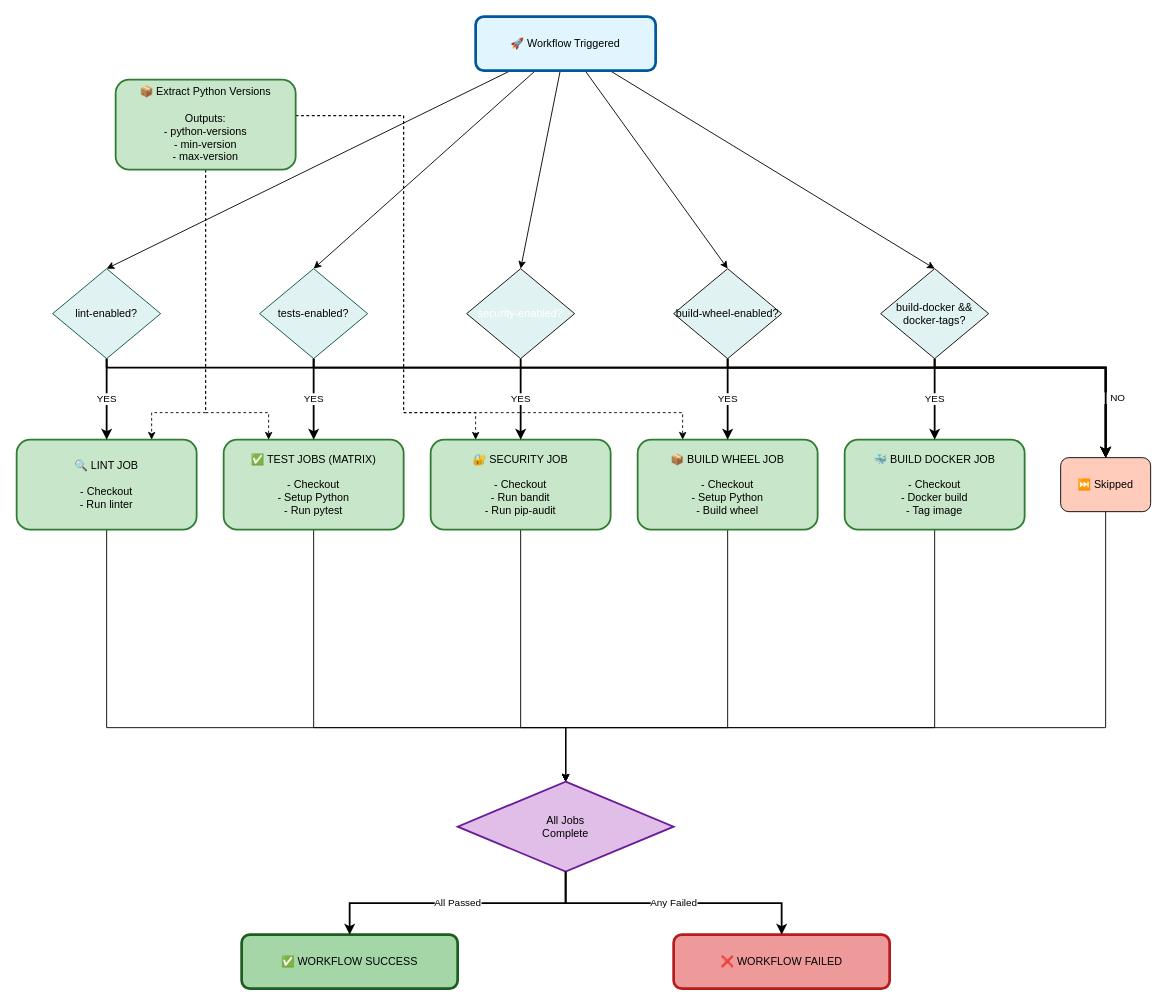
The draw.io diagram .github/workflows/CI-PYTHON-WORKFLOW.drawio in m4nh/shared-cicd, before the edit. Source tidied: cells renumbered, new cells numbered last; positions are measured from the earlier drawing's top-left corner, leaving out a move shared by most shapes. Both pictures are drawn from the tidied source at 90%, with x=0, y=0 at pixel (16, 16).
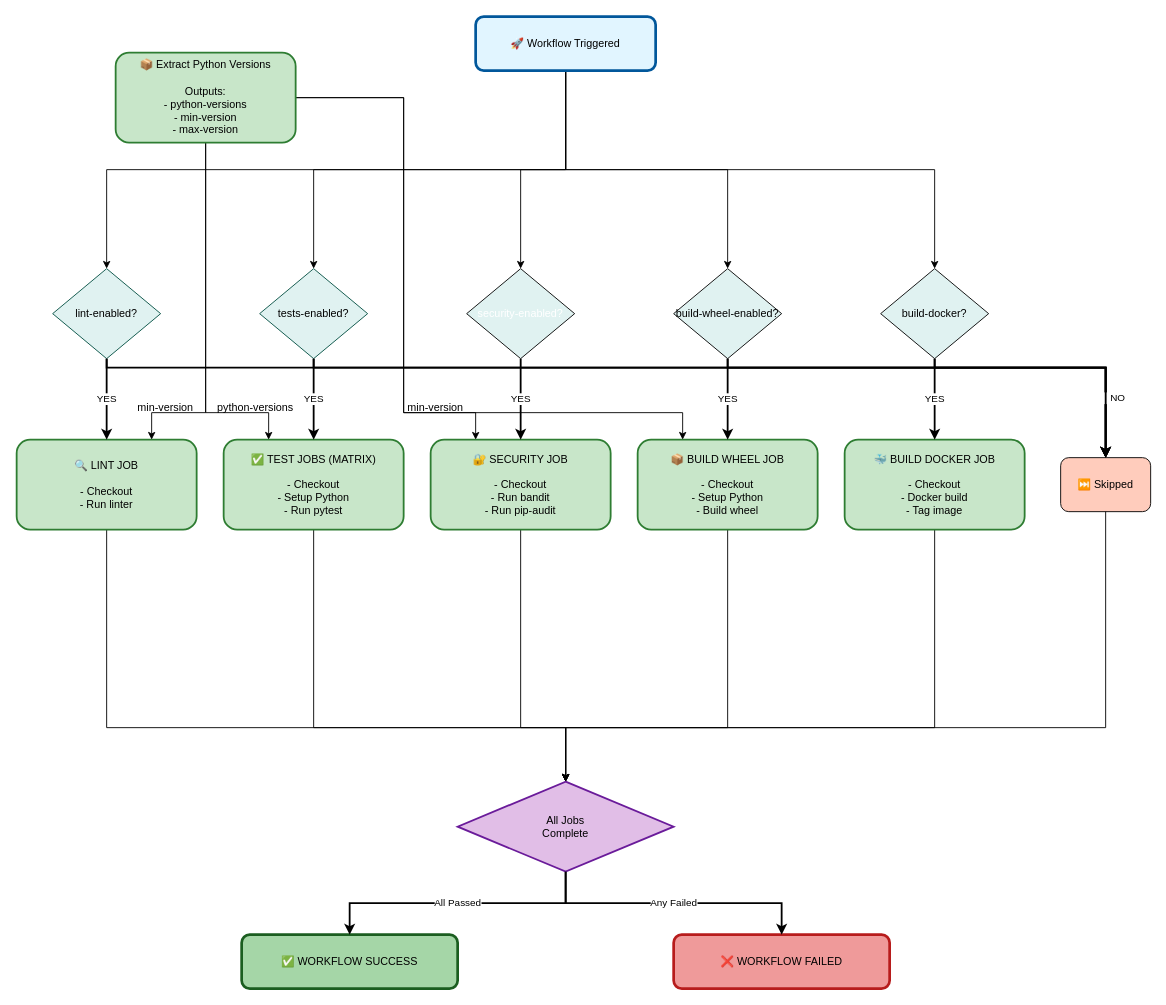
The same diagram, later.

Unchanged cells that the change refers to:
```xml
<mxCell id="7" value="🚀 Workflow Triggered" style="rounded=1;whiteSpace=wrap;html=1;fillColor=#e1f5ff;strokeColor=#01579b;strokeWidth=3;" parent="1" vertex="1">
  <mxGeometry x="510" width="200" height="60" as="geometry" />
</mxCell>
<mxCell id="8" value="lint-enabled?" style="rhombus;whiteSpace=wrap;html=1;fillColor=#e0f2f1;strokeColor=#004d40;" parent="1" vertex="1">
  <mxGeometry x="40" y="280" width="120" height="100" as="geometry" />
</mxCell>
<mxCell id="9" value="tests-enabled?" style="rhombus;whiteSpace=wrap;html=1;fillColor=#e0f2f1;strokeColor=#004d40;" parent="1" vertex="1">
  <mxGeometry x="270" y="280" width="120" height="100" as="geometry" />
</mxCell>
<mxCell id="10" value="build-wheel-enabled?" style="rhombus;whiteSpace=wrap;html=1;fillColor=#e0f2f1;strokeColor:#004d40;" parent="1" vertex="1">
  <mxGeometry x="730" y="280" width="120" height="100" as="geometry" />
</mxCell>
<mxCell id="13" value="🔍 LINT JOB&lt;br&gt;&lt;br&gt;- Checkout&lt;br&gt;- Run linter" style="rounded=1;whiteSpace=wrap;html=1;fillColor=#c8e6c9;strokeColor=#2e7d32;strokeWidth=2;" parent="1" vertex="1">
  <mxGeometry y="470" width="200" height="100" as="geometry" />
</mxCell>
<mxCell id="17" value="✅ TEST JOBS (MATRIX)&lt;br&gt;&lt;br&gt;- Checkout&lt;br&gt;- Setup Python&lt;br&gt;- Run pytest" style="rounded=1;whiteSpace=wrap;html=1;fillColor=#c8e6c9;strokeColor=#2e7d32;strokeWidth=2;" parent="1" vertex="1">
  <mxGeometry x="230" y="470" width="200" height="100" as="geometry" />
</mxCell>
<mxCell id="21" value="🔐 SECURITY JOB&lt;br&gt;&lt;br&gt;- Checkout&lt;br&gt;- Run bandit&lt;br&gt;- Run pip-audit" style="rounded=1;whiteSpace=wrap;html=1;fillColor=#c8e6c9;strokeColor=#2e7d32;strokeWidth=2;" parent="1" vertex="1">
  <mxGeometry x="460" y="470" width="200" height="100" as="geometry" />
</mxCell>
<mxCell id="24" value="📦 BUILD WHEEL JOB&lt;br&gt;&lt;br&gt;- Checkout&lt;br&gt;- Setup Python&lt;br&gt;- Build wheel" style="rounded=1;whiteSpace=wrap;html=1;fillColor=#c8e6c9;strokeColor=#2e7d32;strokeWidth=2;" parent="1" vertex="1">
  <mxGeometry x="690" y="470" width="200" height="100" as="geometry" />
</mxCell>
<mxCell id="40" value="&lt;span&gt;&lt;font style=&quot;color: light-dark(rgb(255, 255, 255), rgb(255, 255, 255));&quot;&gt;security-enabled?&lt;/font&gt;&lt;/span&gt;" style="rhombus;whiteSpace=wrap;html=1;fillColor=#e0f2f1;strokeColor:#004d40;" parent="1" vertex="1">
  <mxGeometry x="500" y="280" width="120" height="100" as="geometry" />
</mxCell>
```

What changed in the source:
```diff
@@
-    <mxCell id="2" style="edgeStyle=none;html=1;entryX=0.5;entryY=0;entryDx=0;entryDy=0;" parent="1" edge="1" source="7" target="8">
-      <mxGeometry relative="1" as="geometry" />
+    <mxCell id="2" style="edgeStyle=orthogonalEdgeStyle;html=1;entryX=0.5;entryY=0;entryDx=0;entryDy=0;rounded=0;" parent="1" edge="1" source="7" target="8">
+      <mxGeometry relative="1" as="geometry">
+        <Array as="points">
+          <mxPoint x="610" y="170" />
+          <mxPoint x="100" y="170" />
+        </Array>
+      </mxGeometry>
     </mxCell>
-    <mxCell id="3" style="edgeStyle=none;html=1;entryX=0.5;entryY=0;entryDx=0;entryDy=0;" parent="1" edge="1" source="7" target="9">
-      <mxGeometry relative="1" as="geometry" />
+    <mxCell id="3" style="edgeStyle=orthogonalEdgeStyle;html=1;entryX=0.5;entryY=0;entryDx=0;entryDy=0;rounded=0;" parent="1" edge="1" source="7" target="9">
+      <mxGeometry relative="1" as="geometry">
+        <Array as="points">
+          <mxPoint x="610" y="170" />
+          <mxPoint x="330" y="170" />
+        </Array>
+      </mxGeometry>
     </mxCell>
-    <mxCell id="4" style="edgeStyle=none;html=1;entryX=0.5;entryY=0;entryDx=0;entryDy=0;" parent="1" edge="1" source="7" target="40">
+    <mxCell id="4" style="edgeStyle=orthogonalEdgeStyle;html=1;entryX=0.5;entryY=0;entryDx=0;entryDy=0;rounded=0;" parent="1" edge="1" source="7" target="40">
       <mxGeometry relative="1" as="geometry" />
     </mxCell>
-    <mxCell id="5" style="edgeStyle=none;html=1;entryX=0.5;entryY=0;entryDx=0;entryDy=0;" parent="1" edge="1" source="7" target="10">
-      <mxGeometry relative="1" as="geometry" />
+    <mxCell id="5" style="edgeStyle=orthogonalEdgeStyle;html=1;entryX=0.5;entryY=0;entryDx=0;entryDy=0;rounded=0;" parent="1" edge="1" source="7" target="10">
+      <mxGeometry relative="1" as="geometry">
+        <Array as="points">
+          <mxPoint x="610" y="170" />
+          <mxPoint x="790" y="170" />
+        </Array>
+      </mxGeometry>
     </mxCell>
-    <mxCell id="6" style="edgeStyle=none;html=1;entryX=0.5;entryY=0;entryDx=0;entryDy=0;" parent="1" edge="1" source="7" target="11">
-      <mxGeometry relative="1" as="geometry" />
+    <mxCell id="6" style="edgeStyle=orthogonalEdgeStyle;html=1;entryX=0.5;entryY=0;entryDx=0;entryDy=0;rounded=0;" parent="1" edge="1" source="7" target="11">
+      <mxGeometry relative="1" as="geometry">
+        <Array as="points">
+          <mxPoint x="610" y="170" />
+          <mxPoint x="1020" y="170" />
+        </Array>
+      </mxGeometry>
     </mxCell>
@@
-    <mxCell id="11" value="build-docker &amp;&amp;&#10;docker-tags?" style="rhombus;whiteSpace=wrap;html=1;fillColor=#e0f2f1;strokeColor:#004d40;" parent="1" vertex="1">
+    <mxCell id="11" value="build-docker?" style="rhombus;whiteSpace=wrap;html=1;fillColor=#e0f2f1;strokeColor:#004d40;" parent="1" vertex="1">
       <mxGeometry x="960" y="280" width="120" height="100" as="geometry" />
     </mxCell>
@@
-    <mxCell id="41" style="edgeStyle=orthogonalEdgeStyle;html=1;entryX=0.25;entryY=0;entryDx=0;entryDy=0;dashed=1;rounded=0;" parent="1" edge="1" source="45" target="17">
+    <mxCell id="41" style="edgeStyle=orthogonalEdgeStyle;html=1;entryX=0.25;entryY=0;entryDx=0;entryDy=0;rounded=0;" parent="1" edge="1" source="45" target="17">
       <mxGeometry relative="1" as="geometry">
         <Array as="points">
           <mxPoint x="210" y="440" />
           <mxPoint x="280" y="440" />
         </Array>
       </mxGeometry>
     </mxCell>
-    <mxCell id="42" style="edgeStyle=orthogonalEdgeStyle;html=1;entryX=0.25;entryY=0;entryDx=0;entryDy=0;dashed=1;rounded=0;" parent="1" edge="1" source="45" target="24">
+    <mxCell id="42" style="edgeStyle=orthogonalEdgeStyle;html=1;entryX=0.25;entryY=0;entryDx=0;entryDy=0;rounded=0;" parent="1" edge="1" source="45" target="24">
       <mxGeometry relative="1" as="geometry">
         <Array as="points">
-          <mxPoint x="430" y="110" />
+          <mxPoint x="430" y="90" />
           <mxPoint x="430" y="440" />
           <mxPoint x="740" y="440" />
         </Array>
       </mxGeometry>
     </mxCell>
-    <mxCell id="43" style="edgeStyle=orthogonalEdgeStyle;html=1;entryX=0.75;entryY=0;entryDx=0;entryDy=0;rounded=0;dashed=1;" parent="1" edge="1" source="45" target="13">
+    <mxCell id="43" style="edgeStyle=orthogonalEdgeStyle;html=1;entryX=0.75;entryY=0;entryDx=0;entryDy=0;rounded=0;" parent="1" edge="1" source="45" target="13">
       <mxGeometry relative="1" as="geometry">
         <Array as="points">
           <mxPoint x="210" y="440" />
           <mxPoint x="150" y="440" />
         </Array>
       </mxGeometry>
     </mxCell>
-    <mxCell id="44" style="edgeStyle=orthogonalEdgeStyle;html=1;dashed=1;strokeColor=default;rounded=0;curved=0;entryX=0.25;entryY=0;entryDx=0;entryDy=0;" parent="1" edge="1" source="45" target="21">
+    <mxCell id="44" style="edgeStyle=orthogonalEdgeStyle;html=1;strokeColor=default;rounded=0;curved=0;entryX=0.25;entryY=0;entryDx=0;entryDy=0;exitX=1;exitY=0.5;exitDx=0;exitDy=0;" parent="1" edge="1" source="45" target="21">
       <mxGeometry relative="1" as="geometry">
         <Array as="points">
-          <mxPoint x="430" y="110" />
+          <mxPoint x="430" y="90" />
           <mxPoint x="430" y="440" />
           <mxPoint x="510" y="440" />
         </Array>
       </mxGeometry>
     </mxCell>
     <mxCell id="45" value="&lt;font&gt;📦 Extract Python Versions&lt;br style=&quot;scrollbar-color: rgb(75, 75, 75) rgb(27, 29, 30);&quot;&gt;&lt;br style=&quot;scrollbar-color: rgb(75, 75, 75) rgb(27, 29, 30);&quot;&gt;Outputs:&lt;br style=&quot;scrollbar-color: rgb(75, 75, 75) rgb(27, 29, 30);&quot;&gt;&lt;font&gt;- python-versions&lt;br style=&quot;scrollbar-color: rgb(75, 75, 75) rgb(27, 29, 30);&quot;&gt;&lt;/font&gt;- min-version&lt;br style=&quot;scrollbar-color: rgb(75, 75, 75) rgb(27, 29, 30);&quot;&gt;- max-version&lt;/font&gt;" style="rounded=1;whiteSpace=wrap;html=1;fillColor=#c8e6c9;strokeColor=#2e7d32;strokeWidth=2;" parent="1" vertex="1">
-      <mxGeometry x="110" y="70" width="200" height="100" as="geometry" />
+      <mxGeometry x="110" y="40" width="200" height="100" as="geometry" />
     </mxCell>
+    <mxCell id="46" value="python-versions" style="text;html=1;align=center;verticalAlign=middle;strokeColor=none;fillColor=none;" parent="1" vertex="1">
+      <mxGeometry x="210" y="420" width="110" height="30" as="geometry" />
+    </mxCell>
+    <mxCell id="47" value="min-version" style="text;html=1;align=center;verticalAlign=middle;strokeColor=none;fillColor=none;" parent="1" vertex="1">
+      <mxGeometry x="120" y="420" width="90" height="30" as="geometry" />
+    </mxCell>
+    <mxCell id="48" value="min-version" style="text;html=1;align=center;verticalAlign=middle;strokeColor=none;fillColor=none;" parent="1" vertex="1">
+      <mxGeometry x="420" y="420" width="90" height="30" as="geometry" />
+    </mxCell>
```
